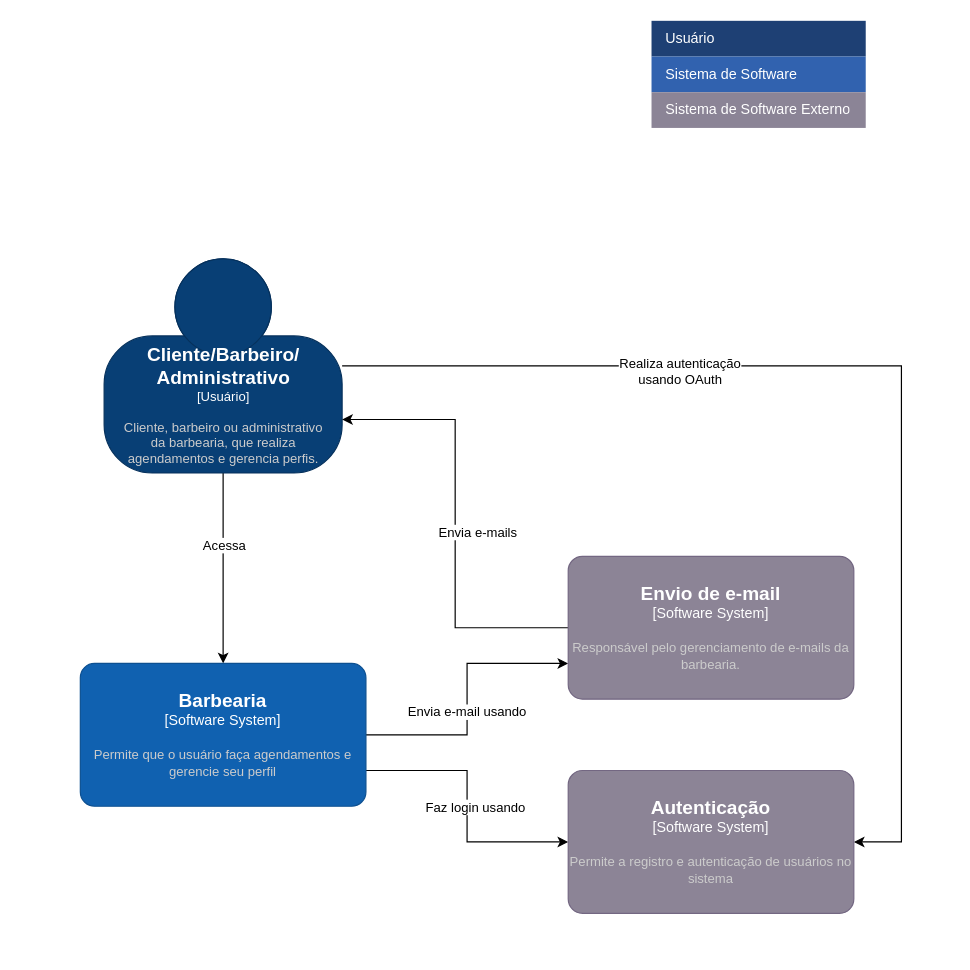
Above: page "Page-1" (1 of 2) of Untitled Diagram.drawio in franklineker/TCC-PUCMinas-Barbearia (draw.io), before the change. Source tidied: cells renumbered, new cells numbered last; positions are measured from the earlier drawing's top-left corner, leaving out a move shared by most shapes. Both pictures are drawn from the tidied source at 119%, with x=0, y=0 at pixel (80, 20).
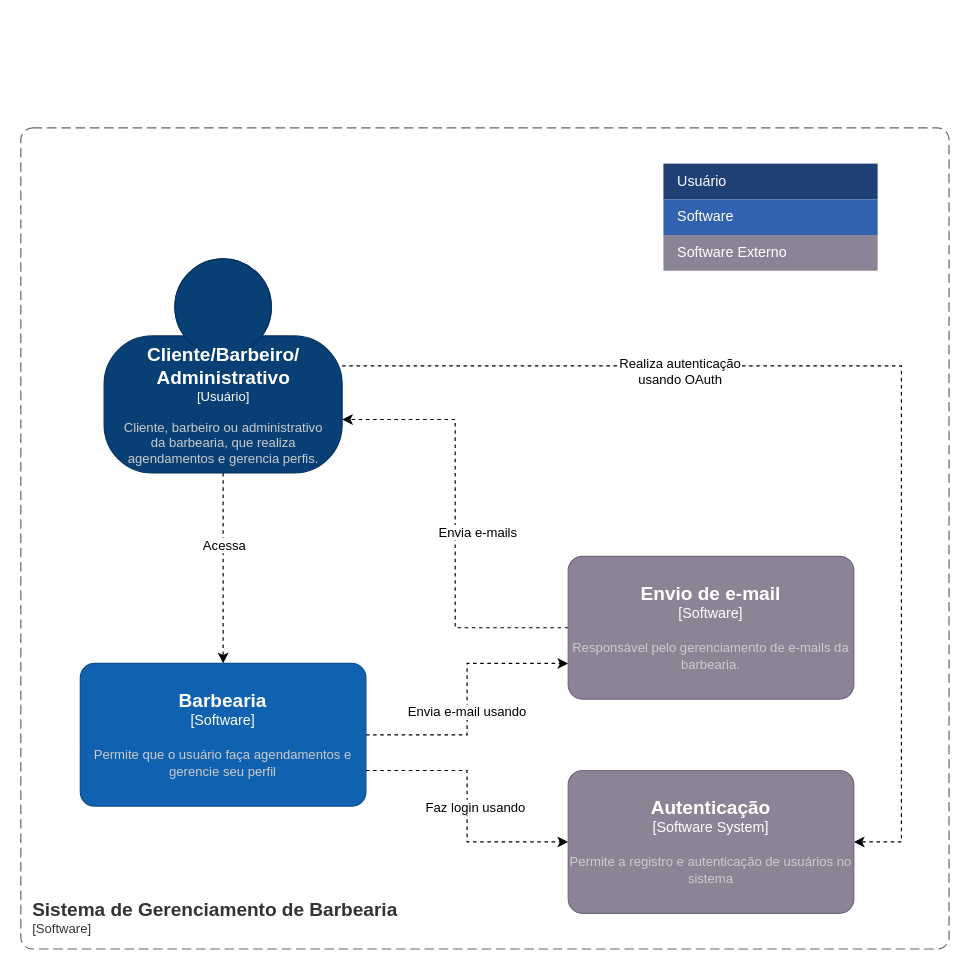
Above is the later version.

The change refers to these unchanged cells:
```xml
<object id="5" label="&lt;font style=&quot;font-size: 16px&quot;&gt;&lt;b&gt;%c4Name%&lt;/b&gt;&lt;/font&gt;&lt;div&gt;[%c4Type%]&lt;/div&gt;&lt;br&gt;&lt;div&gt;&lt;font style=&quot;font-size: 11px&quot;&gt;&lt;font color=&quot;#cccccc&quot;&gt;%c4Description%&lt;/font&gt;&lt;/div&gt;" c4Description="Cliente, barbeiro ou administrativo &#10;da barbearia, que realiza&#10; agendamentos e gerencia perfis." c4Name="Cliente/Barbeiro/&#10;Administrativo" c4Type="Usuário" placeholders="1">
  <mxCell style="html=1;fontSize=11;dashed=0;whitespace=wrap;fillColor=#083F75;strokeColor=#06315C;fontColor=#ffffff;shape=mxgraph.c4.person2;align=center;points=[[0.5,0,0],[1,0.5,0],[1,0.75,0],[0.75,1,0],[0.5,1,0],[0.25,1,0],[0,0.75,0],[0,0.5,0]];" parent="1" vertex="1">
    <mxGeometry x="20" y="200" width="200" height="180" as="geometry" />
  </mxCell>
</object>
<object id="17" label="&lt;font style=&quot;font-size: 16px&quot;&gt;&lt;b&gt;%c4Name%&lt;/b&gt;&lt;/font&gt;&lt;div&gt;[%c4Type%]&lt;/div&gt;&lt;br&gt;&lt;div&gt;&lt;font style=&quot;font-size: 11px&quot;&gt;&lt;font color=&quot;#cccccc&quot;&gt;%c4Description%&lt;/font&gt;&lt;/div&gt;" c4Description="Permite a registro e autenticação de usuários no sistema" c4Name="Autenticação" c4Type="Software System" placeholders="1">
  <mxCell style="rounded=1;whiteSpace=wrap;html=1;labelBackgroundColor=none;fillColor=#8C8496;fontColor=#ffffff;align=center;arcSize=10;strokeColor=#736782;points=[[0.25,0,0],[0.5,0,0],[0.75,0,0],[1,0.25,0],[1,0.5,0],[1,0.75,0],[0.75,1,0],[0.5,1,0],[0.25,1,0],[0,0.75,0],[0,0.5,0],[0,0.25,0]];" parent="1" vertex="1">
    <mxGeometry x="410" y="630" width="240" height="120" as="geometry" />
  </mxCell>
</object>
```

What changed in the source:
```diff
@@
-    <mxCell id="2" style="edgeStyle=orthogonalEdgeStyle;rounded=0;jettySize=auto;html=1;entryX=1;entryY=0.5;entryDx=0;entryDy=0;entryPerimeter=0;" parent="1" edge="1" source="5" target="17">
+    <mxCell id="2" style="edgeStyle=orthogonalEdgeStyle;rounded=0;jettySize=auto;html=1;entryX=1;entryY=0.5;entryDx=0;entryDy=0;entryPerimeter=0;strokeColor=default;dashed=1;" parent="1" edge="1" source="5" target="17">
       <mxGeometry relative="1" as="geometry">
         <Array as="points">
           <mxPoint x="690" y="290" />
           <mxPoint x="690" y="690" />
         </Array>
       </mxGeometry>
     </mxCell>
-    <mxCell id="3" style="edgeStyle=orthogonalEdgeStyle;rounded=0;jettySize=auto;html=1;" parent="1" edge="1" source="5" target="10">
+    <mxCell id="3" style="edgeStyle=orthogonalEdgeStyle;rounded=0;jettySize=auto;html=1;dashed=1;" parent="1" edge="1" source="5" target="10">
       <mxGeometry relative="1" as="geometry" />
     </mxCell>
@@
-    <mxCell id="6" style="edgeStyle=orthogonalEdgeStyle;rounded=0;jettySize=auto;html=1;entryX=0;entryY=0.75;entryDx=0;entryDy=0;entryPerimeter=0;" parent="1" edge="1" source="10" target="12">
+    <mxCell id="6" style="edgeStyle=orthogonalEdgeStyle;rounded=0;jettySize=auto;html=1;entryX=0;entryY=0.75;entryDx=0;entryDy=0;entryPerimeter=0;dashed=1;" parent="1" edge="1" source="10" target="12">
       <mxGeometry relative="1" as="geometry" />
     </mxCell>
@@
-    <mxCell id="8" style="edgeStyle=orthogonalEdgeStyle;rounded=0;jettySize=auto;html=1;exitX=1;exitY=0.75;exitDx=0;exitDy=0;exitPerimeter=0;entryX=0;entryY=0.5;entryDx=0;entryDy=0;entryPerimeter=0;" parent="1" edge="1" source="10" target="17">
+    <mxCell id="8" style="edgeStyle=orthogonalEdgeStyle;rounded=0;jettySize=auto;html=1;exitX=1;exitY=0.75;exitDx=0;exitDy=0;exitPerimeter=0;entryX=0;entryY=0.5;entryDx=0;entryDy=0;entryPerimeter=0;dashed=1;" parent="1" edge="1" source="10" target="17">
       <mxGeometry relative="1" as="geometry" />
     </mxCell>
@@
-    <object id="10" label="&lt;font style=&quot;font-size: 16px&quot;&gt;&lt;b&gt;%c4Name%&lt;/b&gt;&lt;/font&gt;&lt;div&gt;[%c4Type%]&lt;/div&gt;&lt;br&gt;&lt;div&gt;&lt;font style=&quot;font-size: 11px&quot;&gt;&lt;font color=&quot;#cccccc&quot;&gt;%c4Description%&lt;/font&gt;&lt;/div&gt;" c4Description="Permite que o usuário faça agendamentos e gerencie seu perfil" c4Name="Barbearia" c4Type="Software System" placeholders="1">
+    <object id="10" label="&lt;font style=&quot;font-size: 16px&quot;&gt;&lt;b&gt;%c4Name%&lt;/b&gt;&lt;/font&gt;&lt;div&gt;[%c4Type%]&lt;/div&gt;&lt;br&gt;&lt;div&gt;&lt;font style=&quot;font-size: 11px&quot;&gt;&lt;font color=&quot;#cccccc&quot;&gt;%c4Description%&lt;/font&gt;&lt;/div&gt;" c4Description="Permite que o usuário faça agendamentos e gerencie seu perfil" c4Name="Barbearia" c4Type="Software" placeholders="1">
       <mxCell style="rounded=1;whiteSpace=wrap;html=1;labelBackgroundColor=none;fillColor=#1061B0;fontColor=#ffffff;align=center;arcSize=10;strokeColor=#0D5091;points=[[0.25,0,0],[0.5,0,0],[0.75,0,0],[1,0.25,0],[1,0.5,0],[1,0.75,0],[0.75,1,0],[0.5,1,0],[0.25,1,0],[0,0.75,0],[0,0.5,0],[0,0.25,0]];" parent="1" vertex="1">
         <mxGeometry y="540" width="240" height="120" as="geometry" />
       </mxCell>
     </object>
-    <mxCell id="11" style="edgeStyle=orthogonalEdgeStyle;rounded=0;jettySize=auto;html=1;entryX=1;entryY=0.75;entryDx=0;entryDy=0;entryPerimeter=0;" parent="1" edge="1" source="12" target="5">
+    <mxCell id="11" style="edgeStyle=orthogonalEdgeStyle;rounded=0;jettySize=auto;html=1;entryX=1;entryY=0.75;entryDx=0;entryDy=0;entryPerimeter=0;dashed=1;" parent="1" edge="1" source="12" target="5">
       <mxGeometry relative="1" as="geometry" />
     </mxCell>
-    <object id="12" label="&lt;font style=&quot;font-size: 16px&quot;&gt;&lt;b&gt;%c4Name%&lt;/b&gt;&lt;/font&gt;&lt;div&gt;[%c4Type%]&lt;/div&gt;&lt;br&gt;&lt;div&gt;&lt;font style=&quot;font-size: 11px&quot;&gt;&lt;font color=&quot;#cccccc&quot;&gt;%c4Description%&lt;/font&gt;&lt;/div&gt;" c4Description="Responsável pelo gerenciamento de e-mails da barbearia." c4Name="Envio de e-mail" c4Type="Software System" placeholders="1">
+    <object id="12" label="&lt;font style=&quot;font-size: 16px&quot;&gt;&lt;b&gt;%c4Name%&lt;/b&gt;&lt;/font&gt;&lt;div&gt;[%c4Type%]&lt;/div&gt;&lt;br&gt;&lt;div&gt;&lt;font style=&quot;font-size: 11px&quot;&gt;&lt;font color=&quot;#cccccc&quot;&gt;%c4Description%&lt;/font&gt;&lt;/div&gt;" c4Description="Responsável pelo gerenciamento de e-mails da barbearia." c4Name="Envio de e-mail" c4Type="Software" placeholders="1">
       <mxCell style="rounded=1;whiteSpace=wrap;html=1;labelBackgroundColor=none;fillColor=#8C8496;fontColor=#ffffff;align=center;arcSize=10;strokeColor=#736782;points=[[0.25,0,0],[0.5,0,0],[0.75,0,0],[1,0.25,0],[1,0.5,0],[1,0.75,0],[0.75,1,0],[0.5,1,0],[0.25,1,0],[0,0.75,0],[0,0.5,0],[0,0.25,0]];" parent="1" vertex="1">
         <mxGeometry x="410" y="450" width="240" height="120" as="geometry" />
       </mxCell>
     </object>
     <mxCell id="13" style="shape=table;html=1;whiteSpace=wrap;startSize=0;childLayout=tableLayout;fillColor=none;align=left;spacingLeft=10;strokeColor=none;rounded=1;arcSize=11;fontColor=#FFFFFF;" parent="1" vertex="1">
-      <mxGeometry x="480" width="180" height="90" as="geometry" />
+      <mxGeometry x="490" y="120" width="180" height="90" as="geometry" />
     </mxCell>
@@
-    <mxCell id="15" value="Sistema de Software" style="shape=partialRectangle;html=1;whiteSpace=wrap;fillColor=#3162AF;top=0;left=0;bottom=0;right=0;overflow=hidden;align=left;spacingLeft=10;fontColor=#FFFFFF;" parent="13" vertex="1">
+    <mxCell id="15" value="Software" style="shape=partialRectangle;html=1;whiteSpace=wrap;fillColor=#3162AF;top=0;left=0;bottom=0;right=0;overflow=hidden;align=left;spacingLeft=10;fontColor=#FFFFFF;" parent="13" vertex="1">
       <mxGeometry y="30" width="180" height="30" as="geometry" />
     </mxCell>
-    <mxCell id="16" value="Sistema de Software Externo" style="shape=partialRectangle;html=1;whiteSpace=wrap;fillColor=#8B8496;top=0;left=0;bottom=0;right=0;overflow=hidden;align=left;spacingLeft=10;fontColor=#FFFFFF;" parent="13" vertex="1">
+    <mxCell id="16" value="Software Externo" style="shape=partialRectangle;html=1;whiteSpace=wrap;fillColor=#8B8496;top=0;left=0;bottom=0;right=0;overflow=hidden;align=left;spacingLeft=10;fontColor=#FFFFFF;" parent="13" vertex="1">
       <mxGeometry y="60" width="180" height="30" as="geometry" />
     </mxCell>
@@
+    <object id="20" label="&lt;font style=&quot;font-size: 16px&quot;&gt;&lt;b&gt;&lt;div style=&quot;text-align: left&quot;&gt;%c4Name%&lt;/div&gt;&lt;/b&gt;&lt;/font&gt;&lt;div style=&quot;text-align: left&quot;&gt;[%c4Application%]&lt;/div&gt;" c4Application="Software" c4Name="Sistema de Gerenciamento de Barbearia" placeholders="1">
+      <mxCell style="rounded=1;fontSize=11;whiteSpace=wrap;html=1;dashed=1;arcSize=20;fillColor=none;strokeColor=#666666;fontColor=#333333;labelBackgroundColor=none;align=left;verticalAlign=bottom;labelBorderColor=none;spacingTop=0;spacing=10;dashPattern=8 4;perimeter=rectanglePerimeter;noLabel=0;labelPadding=0;absoluteArcSize=1;" parent="1" vertex="1">
+        <mxGeometry x="-50" y="90" width="780" height="690" as="geometry" />
+      </mxCell>
+    </object>
```
